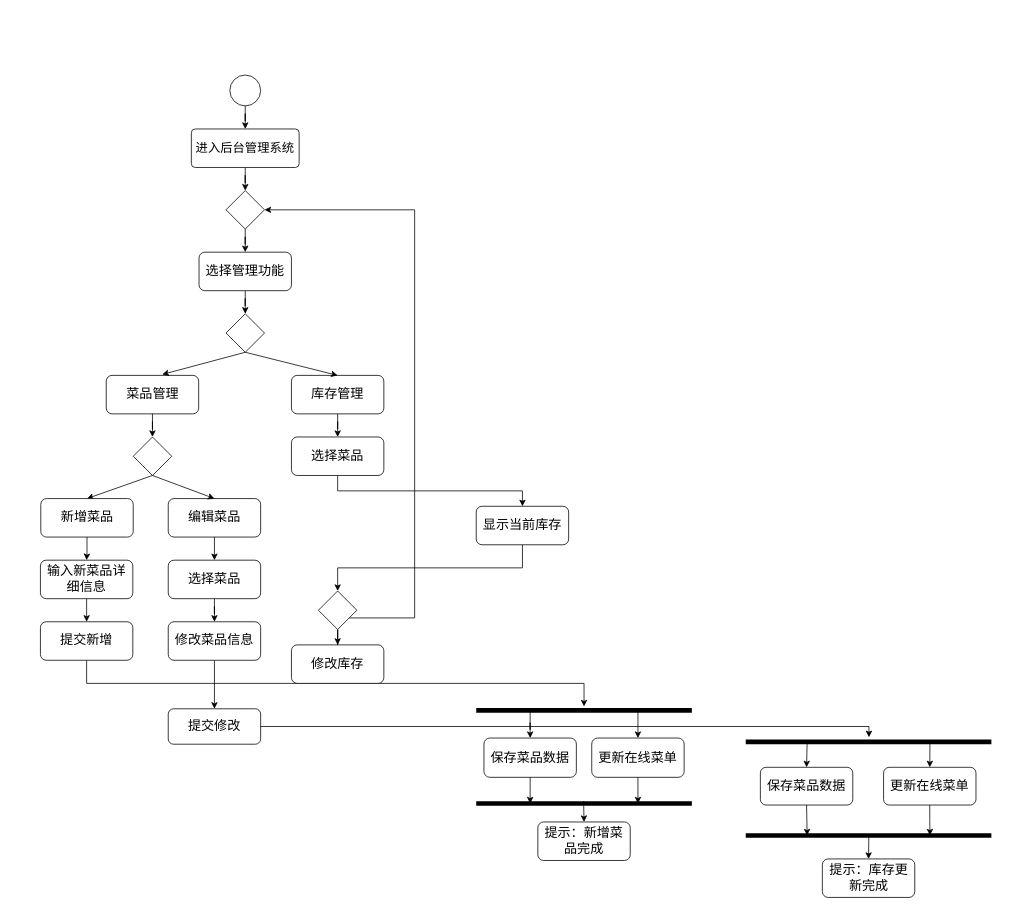
Before: 软工餐厅后台活动图.drawio in motewei/DrawingBed, a draw.io diagram. Source tidied: cells renumbered, new cells numbered last; positions are measured from the earlier drawing's top-left corner, leaving out a move shared by most shapes. Both pictures are drawn from the tidied source at 77%, with x=0, y=0 at pixel (40, 75).
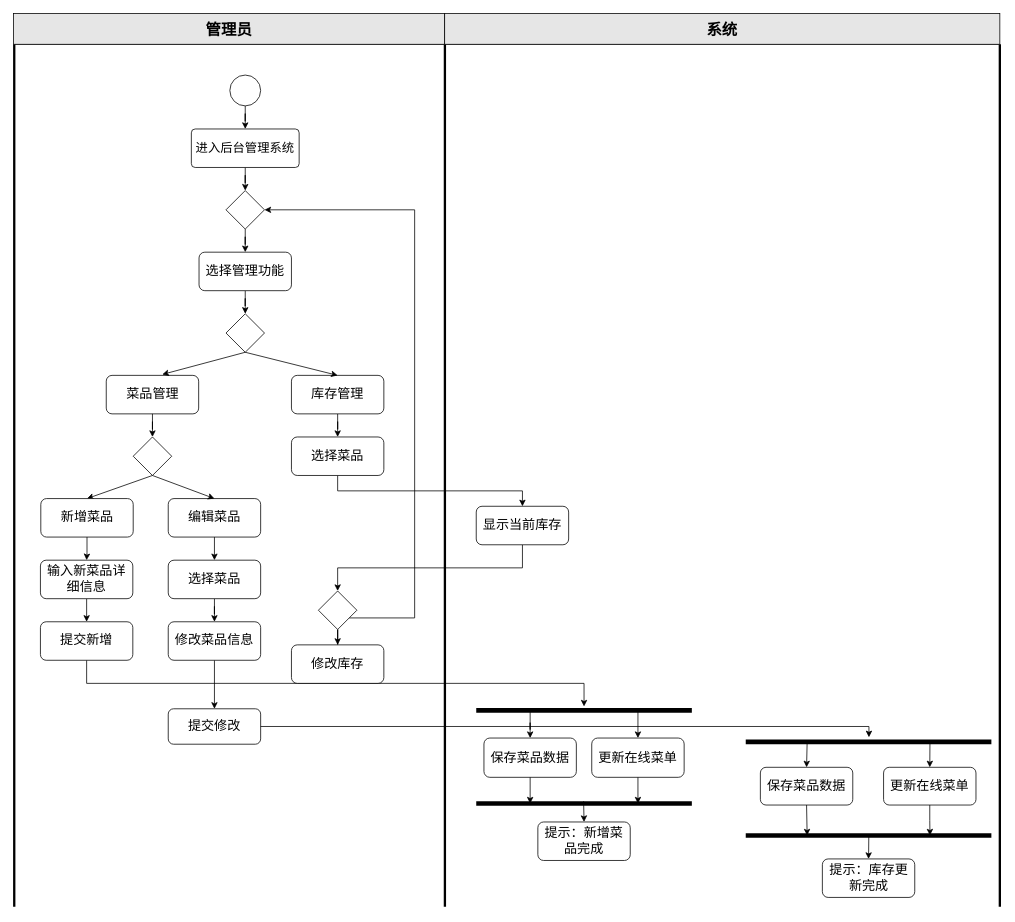
The same page after the edit.

Commit message:
更新软工餐厅后台活动图.drawio

What changed in the source:
```diff
@@
+    <mxCell id="62" style="endArrow=none;html=1;rounded=0;strokeWidth=3;" parent="1" edge="1">
+      <mxGeometry relative="1" as="geometry">
+        <mxPoint x="-34" y="1080" as="sourcePoint" />
+        <mxPoint x="-34" y="-40" as="targetPoint" />
+      </mxGeometry>
+    </mxCell>
+    <mxCell id="63" style="endArrow=none;html=1;rounded=0;strokeWidth=3;" parent="1" edge="1">
+      <mxGeometry relative="1" as="geometry">
+        <mxPoint x="525.3" y="1080" as="sourcePoint" />
+        <mxPoint x="525.3" y="-40" as="targetPoint" />
+      </mxGeometry>
+    </mxCell>
+    <mxCell id="64" style="endArrow=none;html=1;rounded=0;strokeWidth=3;" parent="1" edge="1">
+      <mxGeometry relative="1" as="geometry">
+        <mxPoint x="1246" y="1080" as="sourcePoint" />
+        <mxPoint x="1246" y="-40" as="targetPoint" />
+      </mxGeometry>
+    </mxCell>
+    <mxCell id="65" style="endArrow=none;html=1;rounded=0;" parent="1" edge="1">
+      <mxGeometry relative="1" as="geometry">
+        <mxPoint x="-34" y="-40" as="sourcePoint" />
+        <mxPoint x="1246" y="-40" as="targetPoint" />
+      </mxGeometry>
+    </mxCell>
+    <mxCell id="66" value="管理员" style="rounded=0;whiteSpace=wrap;html=1;fontSize=20;fontFamily=黑体;fontStyle=1;fillColor=#E6E6E6;" parent="1" vertex="1">
+      <mxGeometry x="-35" y="-80" width="560" height="40" as="geometry" />
+    </mxCell>
+    <mxCell id="67" value="系统" style="rounded=0;whiteSpace=wrap;html=1;fontSize=20;fontFamily=黑体;fontStyle=1;fillColor=#E6E6E6;" parent="1" vertex="1">
+      <mxGeometry x="525" y="-80" width="721" height="40" as="geometry" />
+    </mxCell>
```
